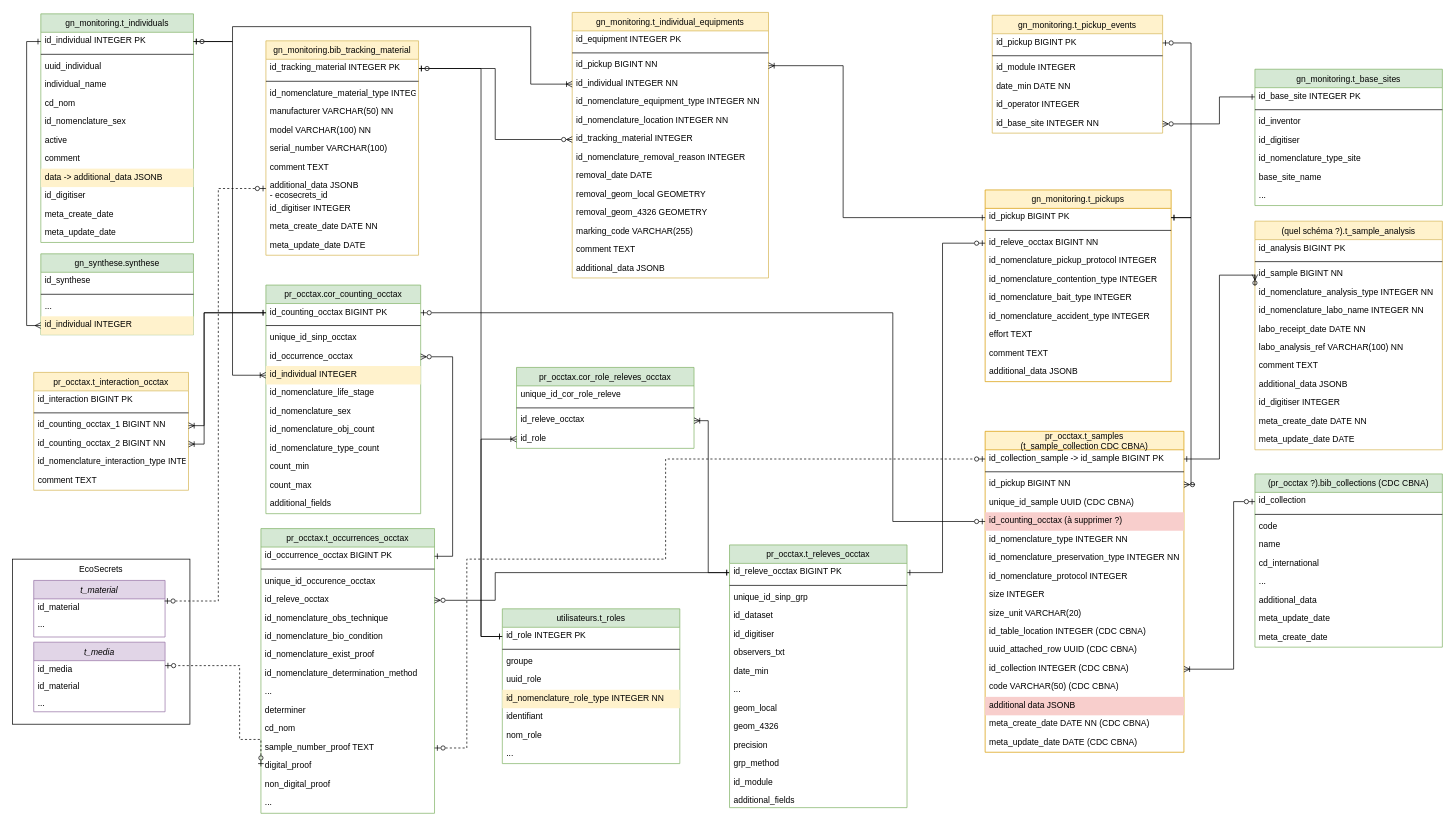
PnVanoise/gestion-individus keeps this draw.io diagram as cahier-des-charges/MCD/V4-gn/gestion-individus_v4-2.drawio. Above is the earlier version. Source tidied: cells renumbered, new cells numbered last; positions are measured from the earlier drawing's top-left corner, leaving out a move shared by most shapes. Both pictures are drawn from the tidied source at 71%, with x=0, y=0 at pixel (12, 12).
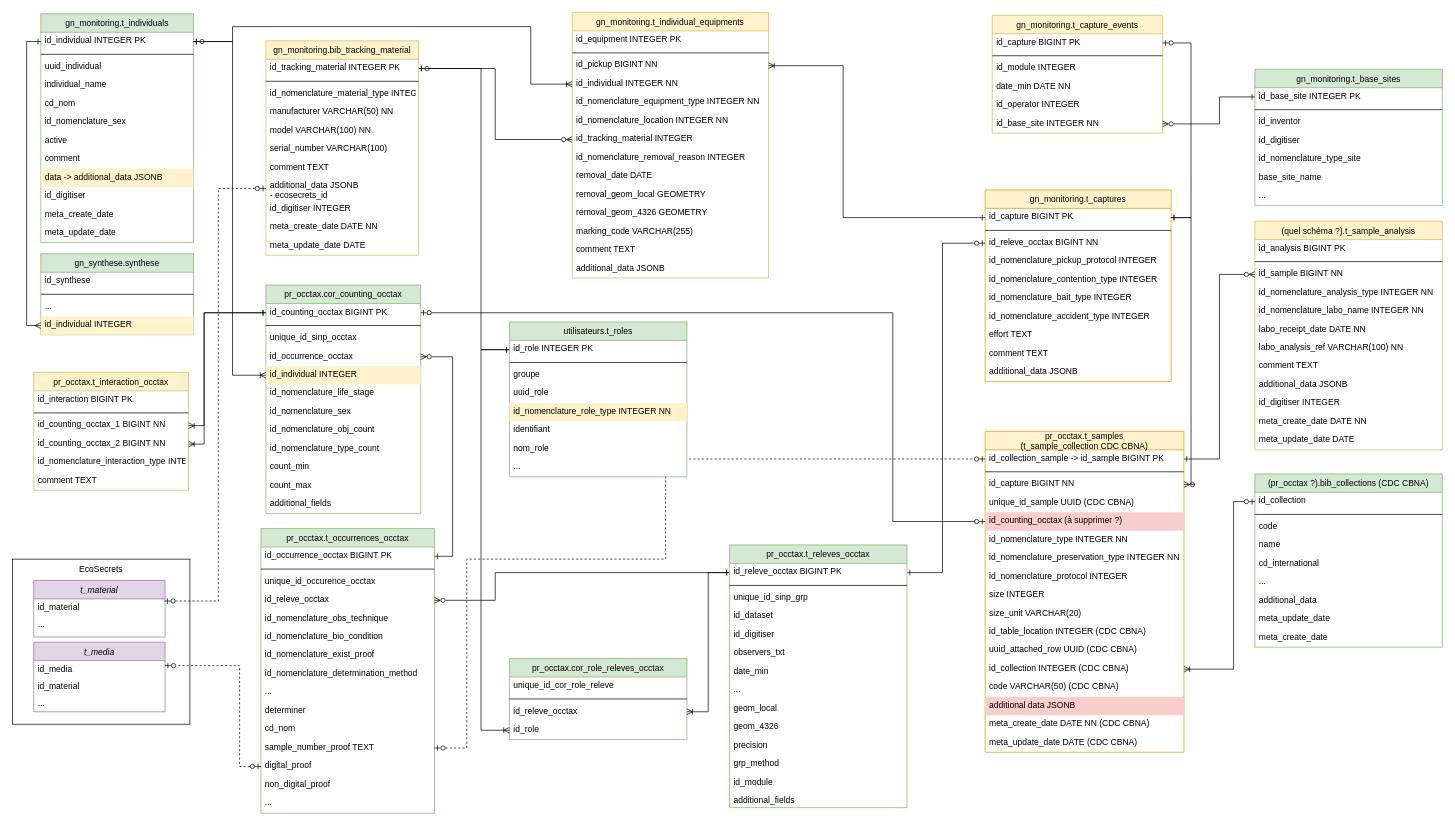
Above is the later version.

Commit message (it also covers changes not shown here):
doc: Ajout d'images et remplacement des captures d'écran

The change refers to these unchanged cells:
```xml
<mxCell id="18" value="id_releve_occtax" style="shape=partialRectangle;top=0;left=0;right=0;bottom=0;align=left;verticalAlign=top;spacingTop=-2;fillColor=none;spacingLeft=4;spacingRight=4;overflow=hidden;points=[[0,0.5],[1,0.5]];portConstraint=eastwest;fontStyle=0;textShadow=0;" parent="15" vertex="1">
  <mxGeometry y="62" width="250" height="26" as="geometry" />
</mxCell>
<mxCell id="19" value="id_role" style="shape=partialRectangle;top=0;left=0;right=0;bottom=0;align=left;verticalAlign=top;spacingTop=-2;fillColor=none;spacingLeft=4;spacingRight=4;overflow=hidden;points=[[0,0.5],[1,0.5]];portConstraint=eastwest;" parent="15" vertex="1">
  <mxGeometry y="88" width="250" height="26" as="geometry" />
</mxCell>
<mxCell id="47" value="digital_proof" style="shape=partialRectangle;top=0;left=0;right=0;bottom=0;align=left;verticalAlign=top;spacingTop=-2;fillColor=none;spacingLeft=4;spacingRight=4;overflow=hidden;points=[[0,0.5],[1,0.5]];portConstraint=eastwest;fontStyle=0;" parent="34" vertex="1">
  <mxGeometry y="322" width="244.5" height="26" as="geometry" />
</mxCell>
<mxCell id="54" value="id_sample BIGINT NN" style="shape=partialRectangle;top=0;left=0;right=0;bottom=0;align=left;verticalAlign=top;spacingTop=-2;fillColor=none;spacingLeft=4;spacingRight=4;overflow=hidden;points=[[0,0.5],[1,0.5]];portConstraint=eastwest;strokeColor=#d6b656;fontStyle=0;" parent="51" vertex="1">
  <mxGeometry y="62" width="264" height="26" as="geometry" />
</mxCell>
<mxCell id="75" value="pr_occtax.t_samples&#10;(t_sample_collection CDC CBNA)" style="swimlane;fontStyle=0;horizontal=1;startSize=26;fillColor=#FFF2CC;swimlaneFillColor=default;align=center;strokeColor=#d79b00;" parent="1" vertex="1">
  <mxGeometry x="1370" y="590" width="280" height="452" as="geometry" />
</mxCell>
<mxCell id="76" value="id_collection_sample -&gt; id_sample BIGINT PK" style="shape=partialRectangle;top=0;left=0;right=0;bottom=0;align=left;verticalAlign=top;spacingTop=-2;fillColor=none;spacingLeft=4;spacingRight=4;overflow=hidden;points=[[0,0.5],[1,0.5]];portConstraint=eastwest;strokeColor=#d6b656;fontStyle=0;textShadow=0;" parent="75" vertex="1">
  <mxGeometry y="26" width="280" height="26" as="geometry" />
</mxCell>
<mxCell id="118" value="id_media" style="shape=partialRectangle;top=0;left=0;right=0;bottom=0;align=left;verticalAlign=top;spacingTop=-2;fillColor=none;spacingLeft=4;spacingRight=4;overflow=hidden;points=[[0,0.5],[1,0.5]];portConstraint=eastwest;fontColor=light-dark(#000000, #da5876);" parent="117" vertex="1">
  <mxGeometry y="26" width="185" height="24" as="geometry" />
</mxCell>
<mxCell id="158" value="id_releve_occtax BIGINT PK" style="shape=partialRectangle;top=0;left=0;right=0;bottom=0;align=left;verticalAlign=top;spacingTop=-2;fillColor=none;spacingLeft=4;spacingRight=4;overflow=hidden;points=[[0,0.5],[1,0.5]];portConstraint=eastwest;fontStyle=0;textShadow=0;" parent="157" vertex="1">
  <mxGeometry y="26" width="250" height="26" as="geometry" />
</mxCell>
<mxCell id="173" value="id_tracking_material INTEGER PK" style="shape=partialRectangle;top=0;left=0;right=0;bottom=0;align=left;verticalAlign=top;spacingTop=-2;fillColor=none;spacingLeft=4;spacingRight=4;overflow=hidden;points=[[0,0.5],[1,0.5]];portConstraint=eastwest;fontStyle=0;textShadow=0;" parent="172" vertex="1">
  <mxGeometry y="26" width="215" height="26" as="geometry" />
</mxCell>
<mxCell id="195" value="id_role INTEGER PK" style="shape=partialRectangle;top=0;left=0;right=0;bottom=0;align=left;verticalAlign=top;spacingTop=-2;fillColor=none;spacingLeft=4;spacingRight=4;overflow=hidden;points=[[0,0.5],[1,0.5]];portConstraint=eastwest;fontStyle=0;" parent="194" vertex="1">
  <mxGeometry y="26" width="250" height="26" as="geometry" />
</mxCell>
```

Diff of the diagram source:
```diff
@@
     <mxCell id="15" value="pr_occtax.cor_role_releves_occtax" style="swimlane;fontStyle=0;horizontal=1;startSize=26;fillColor=#d5e8d4;swimlaneFillColor=default;align=center;strokeColor=#82b366;" parent="1" vertex="1">
-      <mxGeometry x="710" y="500" width="250" height="114" as="geometry" />
+      <mxGeometry x="700" y="910" width="250" height="114" as="geometry" />
     </mxCell>
@@
     <mxCell id="33" style="edgeStyle=orthogonalEdgeStyle;rounded=0;jettySize=auto;html=1;endArrow=ERone;endFill=0;startArrow=ERoneToMany;startFill=0;exitX=1;exitY=0.5;exitDx=0;exitDy=0;entryX=0;entryY=0.5;entryDx=0;entryDy=0;" parent="1" edge="1" source="18" target="158">
       <mxGeometry relative="1" as="geometry">
         <Array as="points">
-          <mxPoint x="980" y="575" />
+          <mxPoint x="980" y="985" />
           <mxPoint x="980" y="789" />
         </Array>
       </mxGeometry>
     </mxCell>
@@
-    <mxCell id="64" value="gn_monitoring.t_pickups" style="swimlane;fontStyle=0;horizontal=1;startSize=26;fillColor=#FFF2CC;swimlaneFillColor=default;align=center;strokeColor=#d79b00;" parent="1" vertex="1">
+    <mxCell id="64" value="gn_monitoring.t_captures" style="swimlane;fontStyle=0;horizontal=1;startSize=26;fillColor=#FFF2CC;swimlaneFillColor=default;align=center;strokeColor=#d79b00;" parent="1" vertex="1">
       <mxGeometry x="1370" y="250" width="262" height="270" as="geometry" />
     </mxCell>
-    <mxCell id="65" value="id_pickup BIGINT PK" style="shape=partialRectangle;top=0;left=0;right=0;bottom=0;align=left;verticalAlign=top;spacingTop=-2;fillColor=none;spacingLeft=4;spacingRight=4;overflow=hidden;points=[[0,0.5],[1,0.5]];portConstraint=eastwest;strokeColor=default;fontColor=light-dark(#000000, #da5876);fontStyle=0;textShadow=0;shadow=0;" parent="64" vertex="1">
+    <mxCell id="65" value="id_capture BIGINT PK" style="shape=partialRectangle;top=0;left=0;right=0;bottom=0;align=left;verticalAlign=top;spacingTop=-2;fillColor=none;spacingLeft=4;spacingRight=4;overflow=hidden;points=[[0,0.5],[1,0.5]];portConstraint=eastwest;strokeColor=default;fontColor=light-dark(#000000, #da5876);fontStyle=0;textShadow=0;shadow=0;" parent="64" vertex="1">
       <mxGeometry y="26" width="262" height="26" as="geometry" />
     </mxCell>
@@
-    <mxCell id="78" value="id_pickup BIGINT NN" style="shape=partialRectangle;top=0;left=0;right=0;bottom=0;align=left;verticalAlign=top;spacingTop=-2;fillColor=none;spacingLeft=4;spacingRight=4;overflow=hidden;points=[[0,0.5],[1,0.5]];portConstraint=eastwest;strokeColor=#d6b656;fontStyle=0;textShadow=0;" parent="75" vertex="1">
+    <mxCell id="78" value="id_capture BIGINT NN" style="shape=partialRectangle;top=0;left=0;right=0;bottom=0;align=left;verticalAlign=top;spacingTop=-2;fillColor=none;spacingLeft=4;spacingRight=4;overflow=hidden;points=[[0,0.5],[1,0.5]];portConstraint=eastwest;strokeColor=#d6b656;fontStyle=0;textShadow=0;" parent="75" vertex="1">
       <mxGeometry y="62" width="280" height="26" as="geometry" />
     </mxCell>
@@
     <mxCell id="113" style="edgeStyle=orthogonalEdgeStyle;rounded=0;jettySize=auto;html=1;exitX=0;exitY=0.5;exitDx=0;exitDy=0;startArrow=ERzeroToMany;startFill=0;endArrow=ERone;endFill=0;entryX=1;entryY=0.5;entryDx=0;entryDy=0;" parent="1" edge="1" source="54" target="76">
       <mxGeometry relative="1" as="geometry">
         <Array as="points">
-          <mxPoint x="1700" y="370" />
+          <mxPoint x="1700" y="369" />
           <mxPoint x="1700" y="629" />
         </Array>
       </mxGeometry>
     </mxCell>
@@
     <mxCell id="124" style="edgeStyle=orthogonalEdgeStyle;rounded=0;jettySize=auto;html=1;dashed=1;endArrow=ERzeroToOne;endFill=0;startArrow=ERzeroToOne;startFill=0;exitX=0;exitY=0.5;exitDx=0;exitDy=0;" parent="1" edge="1" source="47" target="118">
       <mxGeometry relative="1" as="geometry">
         <Array as="points">
-          <mxPoint x="320" y="1024" />
+          <mxPoint x="320" y="1062" />
           <mxPoint x="320" y="920" />
         </Array>
       </mxGeometry>
     </mxCell>
     <mxCell id="125" style="edgeStyle=orthogonalEdgeStyle;rounded=0;jettySize=auto;html=1;entryX=0;entryY=0.5;entryDx=0;entryDy=0;endArrow=ERone;endFill=0;startArrow=ERzeroToOne;startFill=0;exitX=1;exitY=0.5;exitDx=0;exitDy=0;" parent="1" edge="1" source="173" target="195">
       <mxGeometry relative="1" as="geometry">
         <Array as="points">
           <mxPoint x="660" y="79" />
-          <mxPoint x="660" y="879" />
+          <mxPoint x="660" y="475" />
         </Array>
       </mxGeometry>
     </mxCell>
@@
-    <mxCell id="127" value="gn_monitoring.t_pickup_events" style="swimlane;fontStyle=0;horizontal=1;startSize=26;fillColor=#fff2cc;swimlaneFillColor=default;align=center;strokeColor=#d6b656;" parent="1" vertex="1">
+    <mxCell id="127" value="gn_monitoring.t_capture_events" style="swimlane;fontStyle=0;horizontal=1;startSize=26;fillColor=#fff2cc;swimlaneFillColor=default;align=center;strokeColor=#d6b656;" parent="1" vertex="1">
       <mxGeometry x="1380" y="4" width="240" height="166" as="geometry" />
     </mxCell>
-    <mxCell id="128" value="id_pickup BIGINT PK" style="shape=partialRectangle;top=0;left=0;right=0;bottom=0;align=left;verticalAlign=top;spacingTop=-2;fillColor=none;spacingLeft=4;spacingRight=4;overflow=hidden;points=[[0,0.5],[1,0.5]];portConstraint=eastwest;fontStyle=0;textShadow=0;" parent="127" vertex="1">
+    <mxCell id="128" value="id_capture BIGINT PK" style="shape=partialRectangle;top=0;left=0;right=0;bottom=0;align=left;verticalAlign=top;spacingTop=-2;fillColor=none;spacingLeft=4;spacingRight=4;overflow=hidden;points=[[0,0.5],[1,0.5]];portConstraint=eastwest;fontStyle=0;textShadow=0;" parent="127" vertex="1">
       <mxGeometry y="26" width="240" height="26" as="geometry" />
     </mxCell>
@@
     <mxCell id="194" value="utilisateurs.t_roles" style="swimlane;fontStyle=0;horizontal=1;startSize=26;fillColor=#d5e8d4;swimlaneFillColor=default;align=center;strokeColor=#82b366;" parent="1" vertex="1">
-      <mxGeometry x="690" y="840" width="250" height="218" as="geometry" />
+      <mxGeometry x="700" y="436" width="250" height="218" as="geometry" />
     </mxCell>
@@
     <mxCell id="203" style="edgeStyle=orthogonalEdgeStyle;rounded=0;jettySize=auto;html=1;exitX=0;exitY=0.5;exitDx=0;exitDy=0;endArrow=ERone;endFill=0;startArrow=ERoneToMany;startFill=0;entryX=0;entryY=0.5;entryDx=0;entryDy=0;" parent="1" edge="1" source="19" target="195">
       <mxGeometry relative="1" as="geometry">
         <Array as="points">
-          <mxPoint x="660" y="601" />
-          <mxPoint x="660" y="879" />
+          <mxPoint x="660" y="1011" />
+          <mxPoint x="660" y="475" />
         </Array>
       </mxGeometry>
     </mxCell>
```
